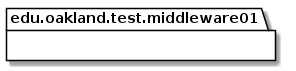
Earlier version of the PlantUML export docs/uml-class-diagrams/middleware01/test/Middleware01TestPackage_InternalDependencies.png (elilley15/csi-3370-software-project).
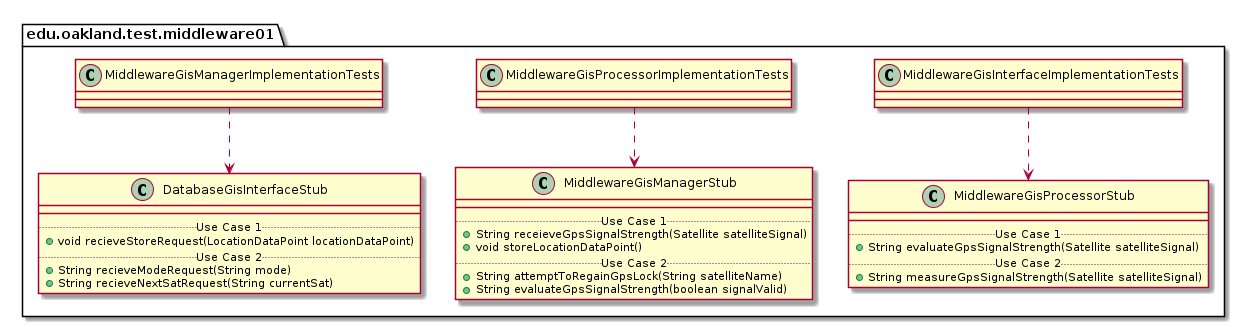
After the commit.

What changed in the source:
```diff
@@ -4,4 +4,68 @@
 
 }
 
+
+package edu.oakland.test.middleware01 {
+    class MiddlewareGisInterfaceImplementationTests {
+
+    }
+}
+
+
+
+package edu.oakland.test.middleware01 {
+    class MiddlewareGisProcessorStub {
+        __
+        .. Use Case 1 ..
+        + String evaluateGpsSignalStrength(Satellite satelliteSignal)
+        .. Use Case 2 ..
+        + String measureGpsSignalStrength(Satellite satelliteSignal)
+    }
+}
+
+MiddlewareGisInterfaceImplementationTests ..> MiddlewareGisProcessorStub
+
+package edu.oakland.test.middleware01 {
+    class MiddlewareGisProcessorImplementationTests {
+
+    }
+}
+
+
+
+package edu.oakland.test.middleware01 {
+    class MiddlewareGisManagerStub {
+        __
+        .. Use Case 1 ..
+        + String receieveGpsSignalStrength(Satellite satelliteSignal)
+        + void storeLocationDataPoint()
+        .. Use Case 2 ..
+        + String attemptToRegainGpsLock(String satelliteName)
+        + String evaluateGpsSignalStrength(boolean signalValid)
+    }
+}
+
+MiddlewareGisProcessorImplementationTests ..> MiddlewareGisManagerStub
+
+package edu.oakland.test.middleware01 {
+    class MiddlewareGisManagerImplementationTests {
+
+    }
+}
+
+
+
+package edu.oakland.test.middleware01 {
+    class DatabaseGisInterfaceStub {
+        __
+        .. Use Case 1 ..
+        + void recieveStoreRequest(LocationDataPoint locationDataPoint)
+        .. Use Case 2 ..
+        + String recieveModeRequest(String mode)
+        + String recieveNextSatRequest(String currentSat)
+    }
+}
+
+MiddlewareGisManagerImplementationTests ..> DatabaseGisInterfaceStub
+
 @enduml
```
